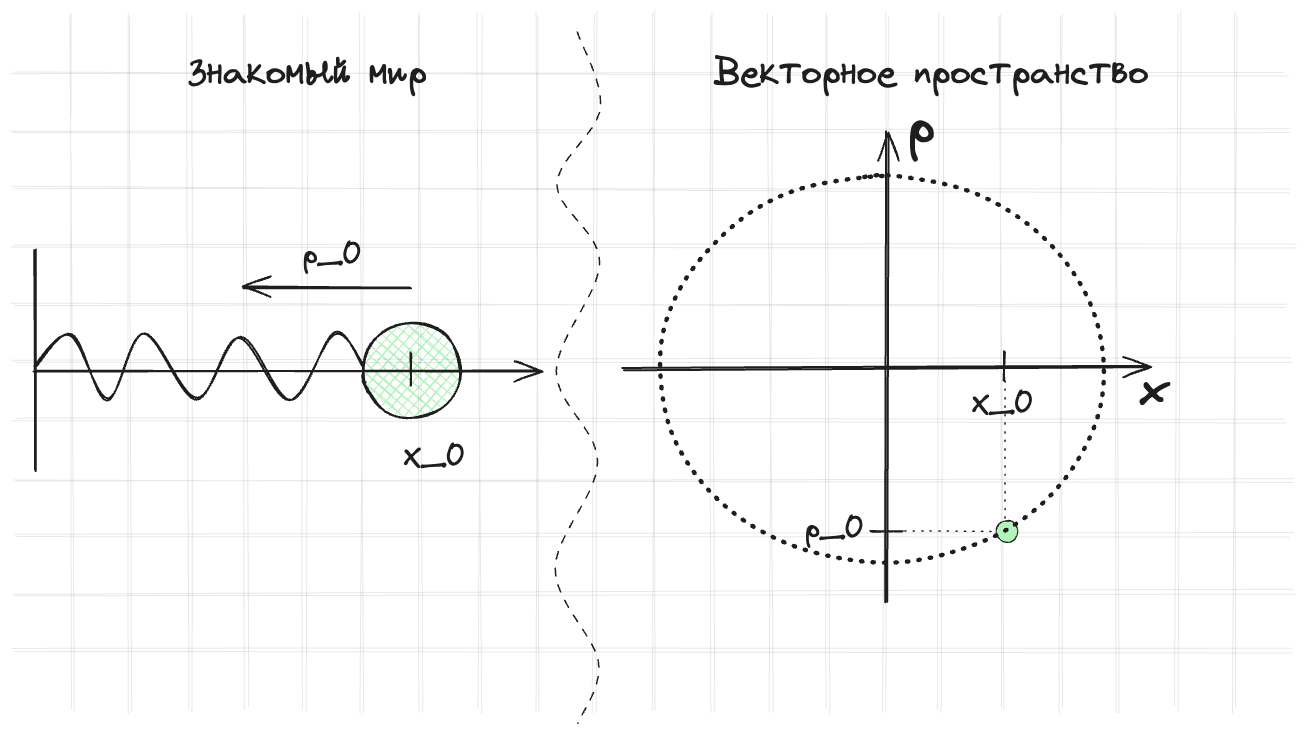
This is assets/pictures/numerical_method/vector_space_spring.excalidraw.png from kozakromch/game_physics, a Excalidraw export, as it was before one commit. Source tidied: one line per element, renumbered; positions are measured from the earlier drawing's top-left corner, leaving out a move shared by most shapes.
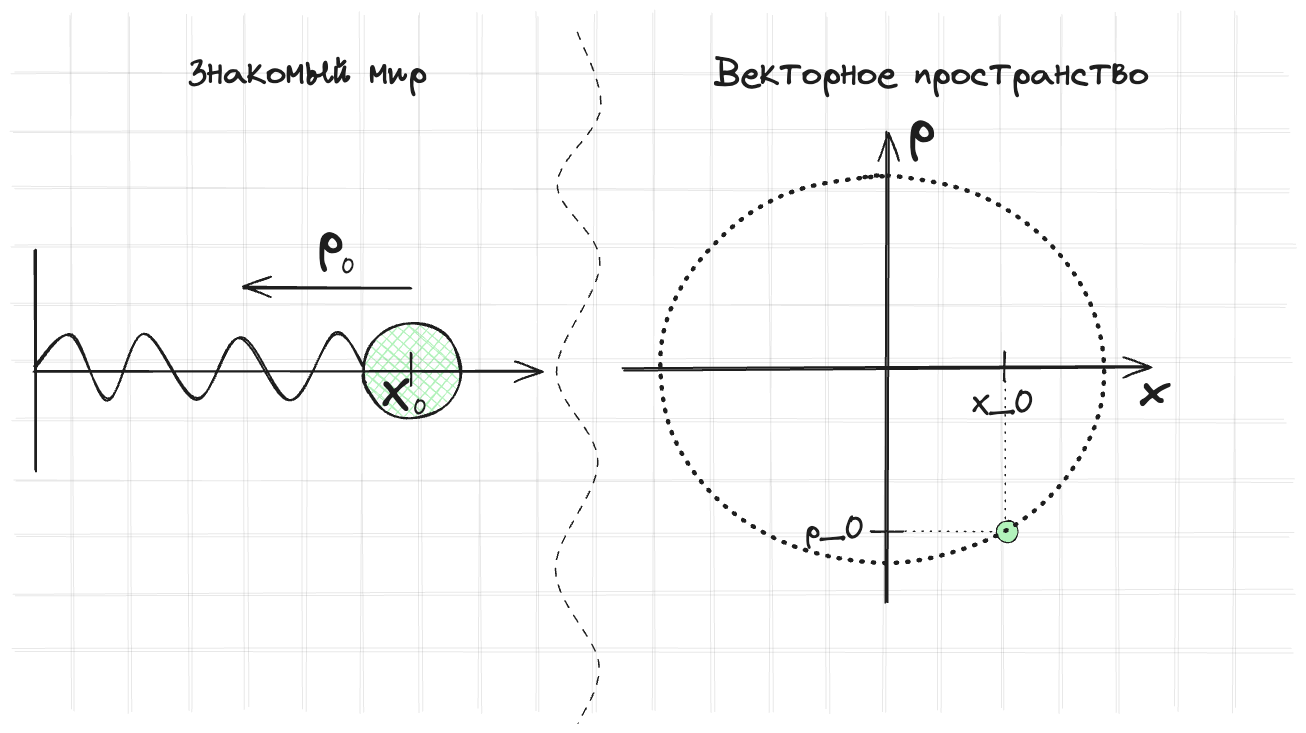
After the commit.

Change to the diagram source:
```diff
@@ -12,15 +12,15 @@
 {"id": 11, "type": "line", "strokeColor": "#1e1e1e", "strokeWidth": 1, "roughness": 2, "opacity": 10, "round": true, "x": 290, "y": 621, "width": 1279, "height": 0, "points": [[0, 0], [1279, 0]]}
 {"id": 12, "type": "line", "strokeColor": "#1e1e1e", "strokeWidth": 1, "roughness": 2, "opacity": 10, "round": true, "x": 291, "y": 330, "width": 1277, "height": 0, "points": [[0, 0], [1277, 0]]}
 {"id": 13, "type": "line", "strokeColor": "#1e1e1e", "angle": 1.57, "strokeWidth": 1, "roughness": 2, "opacity": 10, "round": true, "x": 581, "y": 329, "width": 696, "height": 0, "points": [[0, 0], [696, 0]]}
-{"id": 14, "type": "line", "strokeColor": "#1e1e1e", "angle": 1.57, "strokeWidth": 1, "roughness": 2, "opacity": 10, "round": true, "x": 233, "y": 331, "width": 696, "height": 0, "points": [[0, 0], [696, 0]]}
+{"id": 14, "type": "line", "strokeColor": "#1e1e1e", "angle": 1.57, "strokeWidth": 1, "roughness": 2, "opacity": 10, "round": true, "x": 232, "y": 331, "width": 696, "height": 0, "points": [[0, 0], [696, 0]]}
 {"id": 15, "type": "line", "strokeColor": "#1e1e1e", "angle": 1.57, "strokeWidth": 1, "roughness": 2, "opacity": 10, "round": true, "x": 523, "y": 331, "width": 697, "height": 0, "points": [[0, 0], [697, 0]]}
 {"id": 16, "type": "line", "strokeColor": "#1e1e1e", "angle": 1.57, "strokeWidth": 1, "roughness": 2, "opacity": 10, "round": true, "x": 174, "y": 331, "width": 697, "height": 0, "points": [[0, 0], [697, 0]]}
-{"id": 17, "type": "line", "strokeColor": "#1e1e1e", "angle": 1.57, "strokeWidth": 1, "roughness": 2, "opacity": 10, "round": true, "x": 465, "y": 330, "width": 697, "height": 0, "points": [[0, 0], [697, 0]]}
+{"id": 17, "type": "line", "strokeColor": "#1e1e1e", "angle": 1.57, "strokeWidth": 1, "roughness": 2, "opacity": 10, "round": true, "x": 464, "y": 330, "width": 697, "height": 0, "points": [[0, 0], [697, 0]]}
 {"id": 18, "type": "line", "strokeColor": "#1e1e1e", "angle": 1.57, "strokeWidth": 1, "roughness": 2, "opacity": 10, "round": true, "x": 116, "y": 331, "width": 697, "height": 0, "points": [[0, 0], [697, 0]]}
-{"id": 19, "type": "line", "strokeColor": "#1e1e1e", "angle": 1.57, "strokeWidth": 1, "roughness": 2, "opacity": 10, "round": true, "x": 406, "y": 330, "width": 697, "height": 0, "points": [[0, 0], [697, 0]]}
+{"id": 19, "type": "line", "strokeColor": "#1e1e1e", "angle": 1.57, "strokeWidth": 1, "roughness": 2, "opacity": 10, "round": true, "x": 406, "y": 331, "width": 697, "height": 0, "points": [[0, 0], [697, 0]]}
 {"id": 20, "type": "line", "strokeColor": "#1e1e1e", "angle": 1.57, "strokeWidth": 1, "roughness": 2, "opacity": 10, "round": true, "x": 58, "y": 331, "width": 697, "height": 0, "points": [[0, 0], [697, 0]]}
 {"id": 21, "type": "line", "strokeColor": "#1e1e1e", "angle": 1.57, "strokeWidth": 1, "roughness": 2, "opacity": 10, "round": true, "x": 349, "y": 331, "width": 697, "height": 0, "points": [[0, 0], [697, 0]]}
-{"id": 22, "type": "line", "strokeColor": "#1e1e1e", "angle": 1.57, "strokeWidth": 1, "roughness": 2, "opacity": 10, "round": true, "x": 0, "y": 330, "width": 697, "height": 0, "points": [[0, 0], [697, 0]]}
+{"id": 22, "type": "line", "strokeColor": "#1e1e1e", "angle": 1.57, "strokeWidth": 1, "roughness": 2, "opacity": 10, "round": true, "x": 0, "y": 331, "width": 697, "height": 0, "points": [[0, 0], [697, 0]]}
 {"id": 23, "type": "line", "strokeColor": "#1e1e1e", "angle": 1.57, "strokeWidth": 1, "roughness": 2, "opacity": 10, "round": true, "x": 290, "y": 331, "width": 696, "height": 0, "points": [[0, 0], [696, 0]]}
 {"id": 24, "type": "line", "strokeColor": "#1e1e1e", "angle": 1.57, "strokeWidth": 1, "roughness": 2, "opacity": 10, "round": true, "x": 639, "y": 331, "width": 697, "height": 0, "points": [[0, 0], [697, 0]]}
 {"id": 25, "type": "line", "strokeColor": "#1e1e1e", "angle": 1.57, "strokeWidth": 1, "roughness": 2, "opacity": 10, "round": true, "x": 929, "y": 331, "width": 696, "height": 0, "points": [[0, 0], [696, 0]]}
@@ -34,22 +34,24 @@
 {"id": 33, "type": "line", "strokeColor": "#1e1e1e", "angle": 1.57, "strokeWidth": 1, "roughness": 2, "opacity": 10, "round": true, "x": 987, "y": 331, "width": 696, "height": 0, "points": [[0, 0], [696, 0]]}
 {"id": 34, "type": "line", "strokeColor": "#1e1e1e", "angle": 4.71, "strokeWidth": 2, "roughness": 1, "round": true, "x": 475, "y": 171, "width": 65, "height": 328, "points": [[0, 0], [33, 36], [-33, 73], [33, 109], [-33, 160], [29, 204], [-33, 255], [33, 299], [0, 328]]}
 {"id": 35, "type": "arrow", "strokeColor": "#1e1e1e", "strokeWidth": 2, "roughness": 1, "endArrowhead": "arrow", "round": true, "x": 310, "y": 340, "width": 508, "height": 0, "points": [[0, 0], [508, 0]]}
-{"id": 36, "type": "line", "strokeColor": "#1e1e1e", "strokeWidth": 2, "roughness": 1, "round": true, "x": 687, "y": 321, "width": 0, "height": 33, "points": [[0, 0], [0, 33]]}
+{"id": 36, "type": "line", "strokeColor": "#1e1e1e", "strokeWidth": 2, "roughness": 1, "round": true, "x": 688, "y": 322, "width": 0, "height": 33, "points": [[0, 0], [0, 33]]}
-{"id": 37, "type": "text", "text": "X_0", "strokeColor": "#1e1e1e", "strokeWidth": 2, "roughness": 1, "fontSize": 29.37, "fontFamily": 1, "x": 680, "y": 407, "width": 62, "height": 37}
-{"id": 38, "type": "arrow", "strokeColor": "#1e1e1e", "strokeWidth": 2, "roughness": 1, "endArrowhead": "arrow", "round": true, "x": 1162, "y": 570, "width": 1, "height": 470, "points": [[0, 0], [1, -470]]}
+{"id": 38, "type": "arrow", "strokeColor": "#1e1e1e", "strokeWidth": 2, "roughness": 1, "endArrowhead": "arrow", "round": true, "x": 1162, "y": 571, "width": 1, "height": 470, "points": [[0, 0], [1, -470]]}
-{"id": 39, "type": "arrow", "strokeColor": "#1e1e1e", "strokeWidth": 2, "roughness": 1, "endArrowhead": "arrow", "round": true, "x": 899, "y": 337, "width": 527, "height": 2, "points": [[0, 0], [527, -2]]}
+{"id": 39, "type": "arrow", "strokeColor": "#1e1e1e", "strokeWidth": 2, "roughness": 1, "endArrowhead": "arrow", "round": true, "x": 899, "y": 338, "width": 527, "height": 2, "points": [[0, 0], [527, -2]]}
 {"id": 40, "type": "line", "strokeColor": "#1e1e1e", "strokeWidth": 2, "roughness": 1, "round": true, "x": 1281, "y": 320, "width": 0, "height": 29, "points": [[0, 0], [0, 29]]}
-{"id": 41, "type": "text", "text": "X_0", "strokeColor": "#1e1e1e", "strokeWidth": 2, "roughness": 1, "fontSize": 29.37, "fontFamily": 1, "x": 1248, "y": 355, "width": 62, "height": 37}
+{"id": 41, "type": "text", "text": "X_0", "strokeColor": "#1e1e1e", "strokeWidth": 2, "roughness": 1, "fontSize": 29.37, "fontFamily": 1, "x": 1249, "y": 355, "width": 62, "height": 37}
 {"id": 42, "type": "text", "text": "x", "strokeColor": "#1e1e1e", "strokeWidth": 2, "roughness": 1, "fontSize": 49.22, "fontFamily": 1, "x": 1415, "y": 328, "width": 28, "height": 62}
-{"id": 43, "type": "text", "text": "p", "strokeColor": "#1e1e1e", "strokeWidth": 2, "roughness": 1, "fontSize": 52.86, "fontFamily": 1, "x": 1185, "y": 64, "width": 26, "height": 66}
+{"id": 43, "type": "text", "text": "p", "strokeColor": "#1e1e1e", "strokeWidth": 2, "roughness": 1, "fontSize": 52.86, "fontFamily": 1, "x": 1186, "y": 64, "width": 26, "height": 66}
 {"id": 44, "type": "arrow", "strokeColor": "#1e1e1e", "strokeWidth": 2, "roughness": 1, "endArrowhead": "arrow", "round": true, "x": 688, "y": 256, "width": 168, "height": 0, "points": [[0, 0], [-168, 0]]}
-{"id": 45, "type": "text", "text": "p_0", "strokeColor": "#1e1e1e", "strokeWidth": 2, "roughness": 1, "fontSize": 29.37, "fontFamily": 1, "x": 580, "y": 206, "width": 59, "height": 37}
 {"id": 46, "type": "line", "strokeColor": "#1e1e1e", "strokeWidth": 2, "roughness": 1, "round": true, "x": 1179, "y": 500, "width": 31, "height": 0, "points": [[0, 0], [-31, 0]]}
 {"id": 47, "type": "text", "text": "p_0", "strokeColor": "#1e1e1e", "strokeWidth": 2, "roughness": 1, "fontSize": 29.37, "fontFamily": 1, "x": 1082, "y": 480, "width": 59, "height": 37}
-{"id": 48, "type": "line", "strokeColor": "#1e1e1e", "strokeWidth": 1, "strokeStyle": "dotted", "roughness": 1, "round": true, "x": 1181, "y": 500, "width": 105, "height": 0, "points": [[0, 0], [105, 0]]}
+{"id": 48, "type": "line", "strokeColor": "#1e1e1e", "strokeWidth": 1, "strokeStyle": "dotted", "roughness": 1, "round": true, "x": 1181, "y": 501, "width": 105, "height": 0, "points": [[0, 0], [105, 0]]}
-{"id": 49, "type": "line", "strokeColor": "#1e1e1e", "strokeWidth": 1, "strokeStyle": "dotted", "roughness": 1, "round": true, "x": 1283, "y": 349, "width": 0, "height": 149, "points": [[0, 0], [0, 149]]}
+{"id": 49, "type": "line", "strokeColor": "#1e1e1e", "strokeWidth": 1, "strokeStyle": "dotted", "roughness": 1, "round": true, "x": 1283, "y": 350, "width": 0, "height": 149, "points": [[0, 0], [0, 149]]}
 {"id": 50, "type": "ellipse", "strokeColor": "#1e1e1e", "backgroundColor": "#b2f2bb", "fillStyle": "solid", "strokeWidth": 1, "roughness": 1, "round": true, "x": 1273, "y": 489, "width": 21, "height": 22}
-{"id": 51, "type": "text", "text": "Векторное пространство", "strokeColor": "#1e1e1e", "backgroundColor": "#b2f2bb", "fillStyle": "solid", "strokeWidth": 1, "roughness": 1, "fontSize": 36, "fontFamily": 1, "x": 990, "y": 20, "width": 434, "height": 45}
+{"id": 51, "type": "text", "text": "Векторное пространство", "strokeColor": "#1e1e1e", "backgroundColor": "#b2f2bb", "fillStyle": "solid", "strokeWidth": 1, "roughness": 1, "fontSize": 36, "fontFamily": 1, "x": 991, "y": 20, "width": 434, "height": 45}
-{"id": 52, "type": "text", "text": "Знакомый мир\n", "strokeColor": "#1e1e1e", "backgroundColor": "#b2f2bb", "fillStyle": "solid", "strokeWidth": 1, "roughness": 1, "fontSize": 36, "fontFamily": 1, "x": 465, "y": 19, "width": 238, "height": 90}
+{"id": 52, "type": "text", "text": "Знакомый мир\n", "strokeColor": "#1e1e1e", "backgroundColor": "#b2f2bb", "fillStyle": "solid", "strokeWidth": 1, "roughness": 1, "fontSize": 36, "fontFamily": 1, "x": 466, "y": 20, "width": 238, "height": 90}
 {"id": 53, "type": "line", "strokeColor": "#1e1e1e", "strokeWidth": 1, "strokeStyle": "dashed", "roughness": 1, "round": true, "x": 854, "y": 0, "width": 43, "height": 693, "points": [[0, 0], [21, 77], [-21, 154], [21, 231], [-21, 339], [19, 431], [-21, 539], [21, 631], [0, 693]]}
 {"id": 54, "type": "ellipse", "strokeColor": "#1e1e1e", "strokeWidth": 4, "strokeStyle": "dotted", "roughness": 1, "round": true, "x": 936, "y": 145, "width": 445, "height": 386}
+{"id": 55, "type": "text", "text": "p", "strokeColor": "#1e1e1e", "strokeWidth": 2, "roughness": 1, "fontSize": 50.84, "fontFamily": 1, "x": 595, "y": 176, "width": 25, "height": 64}
+{"id": 56, "type": "text", "text": "0", "strokeColor": "#1e1e1e", "strokeWidth": 2, "roughness": 1, "fontSize": 20, "fontFamily": 1, "x": 618, "y": 224, "width": 14, "height": 25}
+{"id": 57, "type": "text", "text": "X", "strokeColor": "#1e1e1e", "strokeWidth": 2, "roughness": 1, "fontSize": 46.63, "fontFamily": 1, "x": 659, "y": 334, "width": 28, "height": 58}
+{"id": 58, "type": "text", "text": "0", "strokeColor": "#1e1e1e", "strokeWidth": 2, "roughness": 1, "fontSize": 20, "fontFamily": 1, "x": 690, "y": 364, "width": 14, "height": 25}
```
